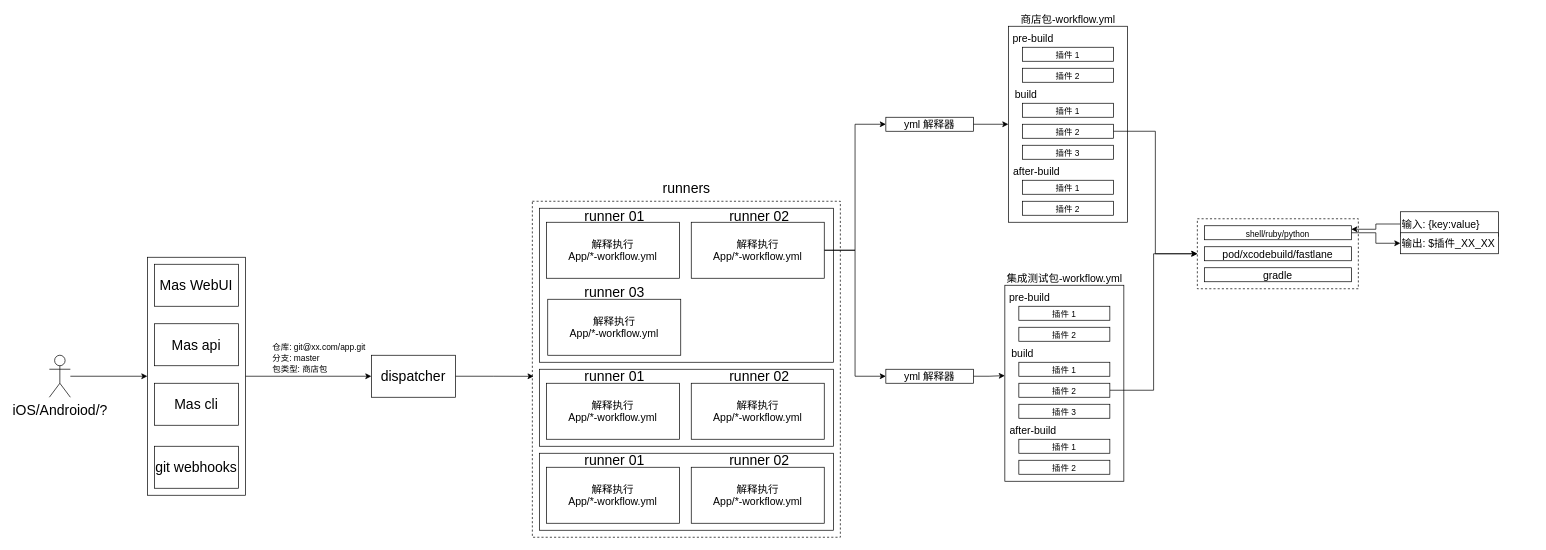
The draw.io diagram page "Page-4" (4 of 4) of Untitled Diagram.drawio in chutaiyangxiayutian/mlanes, before the edit. Source tidied: cells renumbered, new cells numbered last; positions are measured from the earlier drawing's top-left corner, leaving out a move shared by most shapes. Both pictures are drawn from the tidied source at 70%, with x=0, y=0 at pixel (49, 12).
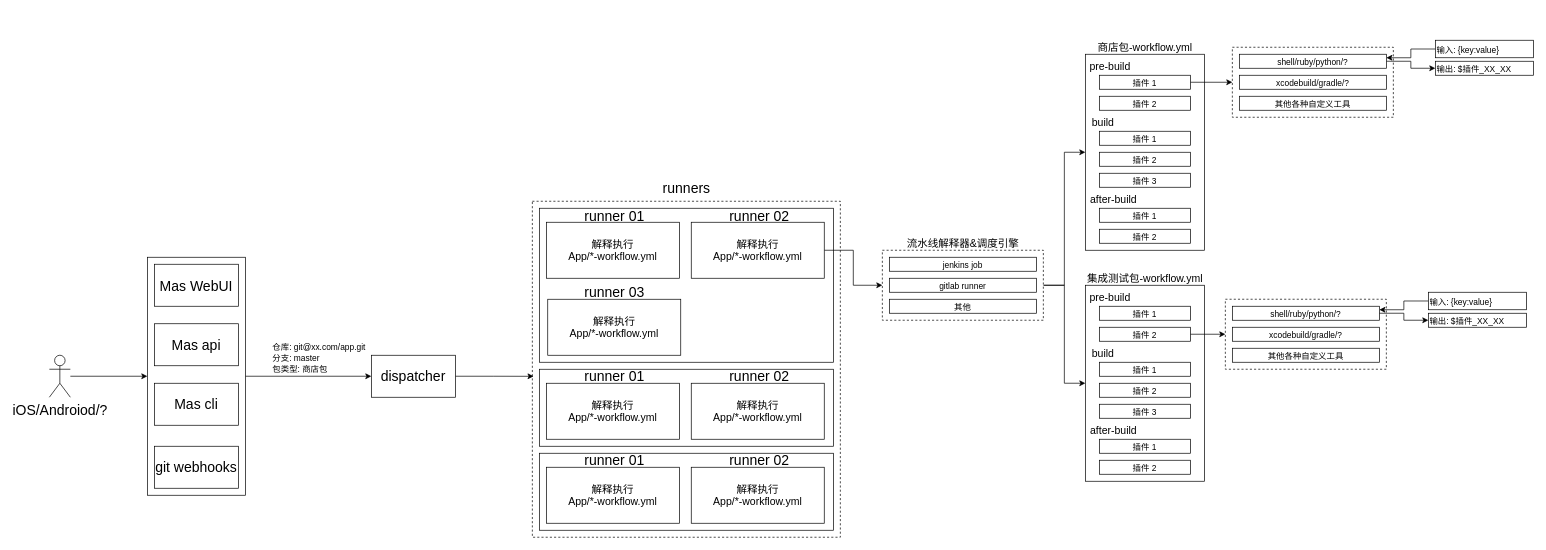
The same diagram, later.

The change refers to these unchanged cells:
```xml
<mxCell id="52" value="&lt;font style=&quot;font-size: 15px&quot;&gt;解释执行 &lt;br&gt;App/*-workflow.yml&lt;/font&gt;" style="rounded=0;whiteSpace=wrap;html=1;fontSize=12;align=center;" parent="1" vertex="1">
  <mxGeometry x="917" y="300" width="190" height="80" as="geometry" />
</mxCell>
```

Change to the diagram source:
```diff
@@
     <mxCell id="6" style="rounded=0;whiteSpace=wrap;html=1;fontSize=20;align=center;dashed=1;" parent="1" vertex="1">
-      <mxGeometry x="1640" y="295" width="230" height="100" as="geometry" />
+      <mxGeometry x="1690" y="50" width="230" height="100" as="geometry" />
     </mxCell>
@@
     <mxCell id="20" style="rounded=0;whiteSpace=wrap;html=1;fontSize=20;align=center;" parent="1" vertex="1">
-      <mxGeometry x="1370" y="20" width="170" height="280" as="geometry" />
+      <mxGeometry x="1480" y="60" width="170" height="280" as="geometry" />
     </mxCell>
     <mxCell id="21" value="&lt;font style=&quot;font-size: 15px&quot;&gt;pre-build&lt;/font&gt;" style="text;html=1;align=center;verticalAlign=middle;strokeColor=none;fillColor=none;fontSize=20;" parent="1" vertex="1">
-      <mxGeometry x="1370" y="20" width="70" height="30" as="geometry" />
+      <mxGeometry x="1480" y="60" width="70" height="30" as="geometry" />
     </mxCell>
+    <mxCell id="72" style="edgeStyle=orthogonalEdgeStyle;rounded=0;jettySize=auto;html=1;entryX=0;entryY=0.5;entryDx=0;entryDy=0;fontSize=12;" parent="1" edge="1" source="22" target="6">
+      <mxGeometry relative="1" as="geometry" />
+    </mxCell>
     <mxCell id="22" value="&lt;font style=&quot;font-size: 12px&quot;&gt;插件 1&lt;/font&gt;" style="rounded=0;whiteSpace=wrap;html=1;fontSize=15;align=center;" parent="1" vertex="1">
-      <mxGeometry x="1390" y="50" width="130" height="20" as="geometry" />
+      <mxGeometry x="1500" y="90" width="130" height="20" as="geometry" />
     </mxCell>
     <mxCell id="23" value="&lt;font style=&quot;font-size: 12px&quot;&gt;插件 2&lt;/font&gt;" style="rounded=0;whiteSpace=wrap;html=1;fontSize=15;align=center;" parent="1" vertex="1">
-      <mxGeometry x="1390" y="80" width="130" height="20" as="geometry" />
+      <mxGeometry x="1500" y="120" width="130" height="20" as="geometry" />
     </mxCell>
     <mxCell id="24" value="&lt;font style=&quot;font-size: 15px&quot;&gt;build&lt;/font&gt;" style="text;html=1;align=center;verticalAlign=middle;strokeColor=none;fillColor=none;fontSize=20;" parent="1" vertex="1">
-      <mxGeometry x="1370" y="100" width="50" height="30" as="geometry" />
+      <mxGeometry x="1480" y="140" width="50" height="30" as="geometry" />
     </mxCell>
     <mxCell id="25" value="&lt;font style=&quot;font-size: 12px&quot;&gt;插件 1&lt;/font&gt;" style="rounded=0;whiteSpace=wrap;html=1;fontSize=15;align=center;" parent="1" vertex="1">
-      <mxGeometry x="1390" y="130" width="130" height="20" as="geometry" />
+      <mxGeometry x="1500" y="170" width="130" height="20" as="geometry" />
     </mxCell>
-    <mxCell id="26" style="edgeStyle=orthogonalEdgeStyle;rounded=0;jettySize=auto;html=1;entryX=0;entryY=0.5;entryDx=0;entryDy=0;fontSize=15;" parent="1" edge="1" source="27" target="6">
-      <mxGeometry relative="1" as="geometry" />
-    </mxCell>
     <mxCell id="27" value="&lt;font style=&quot;font-size: 12px&quot;&gt;插件 2&lt;/font&gt;" style="rounded=0;whiteSpace=wrap;html=1;fontSize=15;align=center;" parent="1" vertex="1">
-      <mxGeometry x="1390" y="160" width="130" height="20" as="geometry" />
+      <mxGeometry x="1500" y="200" width="130" height="20" as="geometry" />
     </mxCell>
     <mxCell id="28" value="&lt;font style=&quot;font-size: 12px&quot;&gt;插件 3&lt;/font&gt;" style="rounded=0;whiteSpace=wrap;html=1;fontSize=15;align=center;" parent="1" vertex="1">
-      <mxGeometry x="1390" y="190" width="130" height="20" as="geometry" />
+      <mxGeometry x="1500" y="230" width="130" height="20" as="geometry" />
     </mxCell>
     <mxCell id="29" value="&lt;font style=&quot;font-size: 15px&quot;&gt;after-build&lt;/font&gt;" style="text;html=1;align=center;verticalAlign=middle;strokeColor=none;fillColor=none;fontSize=20;" parent="1" vertex="1">
-      <mxGeometry x="1370" y="210" width="80" height="30" as="geometry" />
+      <mxGeometry x="1480" y="250" width="80" height="30" as="geometry" />
     </mxCell>
     <mxCell id="30" value="&lt;font style=&quot;font-size: 12px&quot;&gt;插件 1&lt;/font&gt;" style="rounded=0;whiteSpace=wrap;html=1;fontSize=15;align=center;" parent="1" vertex="1">
-      <mxGeometry x="1390" y="240" width="130" height="20" as="geometry" />
+      <mxGeometry x="1500" y="280" width="130" height="20" as="geometry" />
     </mxCell>
     <mxCell id="31" value="&lt;font style=&quot;font-size: 12px&quot;&gt;插件 2&lt;/font&gt;" style="rounded=0;whiteSpace=wrap;html=1;fontSize=15;align=center;" parent="1" vertex="1">
-      <mxGeometry x="1390" y="270" width="130" height="20" as="geometry" />
+      <mxGeometry x="1500" y="310" width="130" height="20" as="geometry" />
     </mxCell>
     <mxCell id="32" value="&lt;font style=&quot;font-size: 15px&quot;&gt;商店包-workflow.yml&lt;/font&gt;" style="text;html=1;align=center;verticalAlign=middle;strokeColor=none;fillColor=none;fontSize=12;" parent="1" vertex="1">
-      <mxGeometry x="1380" width="150" height="20" as="geometry" />
+      <mxGeometry x="1490" y="40" width="150" height="20" as="geometry" />
     </mxCell>
@@
-    <mxCell id="34" value="&lt;font style=&quot;font-size: 12px&quot;&gt;shell/&lt;/font&gt;&lt;span style=&quot;font-size: 12px&quot;&gt;ruby/python&lt;/span&gt;" style="rounded=0;whiteSpace=wrap;html=1;fontSize=15;align=center;" parent="1" vertex="1">
-      <mxGeometry x="1650" y="305" width="210" height="20" as="geometry" />
+    <mxCell id="34" value="&lt;font style=&quot;font-size: 12px&quot;&gt;shell/&lt;/font&gt;&lt;span style=&quot;font-size: 12px&quot;&gt;ruby/python/?&lt;/span&gt;" style="rounded=0;whiteSpace=wrap;html=1;fontSize=15;align=center;" parent="1" vertex="1">
+      <mxGeometry x="1700" y="60" width="210" height="20" as="geometry" />
     </mxCell>
-    <mxCell id="35" value="pod/xcodebuild/fastlane" style="rounded=0;whiteSpace=wrap;html=1;fontSize=15;align=center;" parent="1" vertex="1">
-      <mxGeometry x="1650" y="335" width="210" height="20" as="geometry" />
+    <mxCell id="35" value="&lt;span&gt;&lt;font style=&quot;font-size: 12px&quot;&gt;xcodebuild/gradle/?&lt;/font&gt;&lt;/span&gt;" style="rounded=0;whiteSpace=wrap;html=1;fontSize=15;align=center;" parent="1" vertex="1">
+      <mxGeometry x="1700" y="90" width="210" height="20" as="geometry" />
     </mxCell>
-    <mxCell id="36" value="gradle" style="rounded=0;whiteSpace=wrap;html=1;fontSize=15;align=center;" parent="1" vertex="1">
-      <mxGeometry x="1650" y="365" width="210" height="20" as="geometry" />
+    <mxCell id="36" value="&lt;font style=&quot;font-size: 12px&quot;&gt;其他各种自定义工具&lt;/font&gt;" style="rounded=0;whiteSpace=wrap;html=1;fontSize=15;align=center;" parent="1" vertex="1">
+      <mxGeometry x="1700" y="120" width="210" height="20" as="geometry" />
     </mxCell>
     <mxCell id="37" style="rounded=0;whiteSpace=wrap;html=1;fontSize=20;align=center;" parent="1" vertex="1">
-      <mxGeometry x="1365" y="390" width="170" height="280" as="geometry" />
+      <mxGeometry x="1480" y="390" width="170" height="280" as="geometry" />
     </mxCell>
     <mxCell id="38" value="&lt;font style=&quot;font-size: 15px&quot;&gt;pre-build&lt;/font&gt;" style="text;html=1;align=center;verticalAlign=middle;strokeColor=none;fillColor=none;fontSize=20;" parent="1" vertex="1">
-      <mxGeometry x="1365" y="390" width="70" height="30" as="geometry" />
+      <mxGeometry x="1480" y="390" width="70" height="30" as="geometry" />
     </mxCell>
     <mxCell id="39" value="&lt;font style=&quot;font-size: 12px&quot;&gt;插件 1&lt;/font&gt;" style="rounded=0;whiteSpace=wrap;html=1;fontSize=15;align=center;" parent="1" vertex="1">
-      <mxGeometry x="1385" y="420" width="130" height="20" as="geometry" />
+      <mxGeometry x="1500" y="420" width="130" height="20" as="geometry" />
     </mxCell>
+    <mxCell id="73" style="edgeStyle=orthogonalEdgeStyle;rounded=0;jettySize=auto;html=1;fontSize=12;" parent="1" edge="1" source="40" target="82">
+      <mxGeometry relative="1" as="geometry" />
+    </mxCell>
     <mxCell id="40" value="&lt;font style=&quot;font-size: 12px&quot;&gt;插件 2&lt;/font&gt;" style="rounded=0;whiteSpace=wrap;html=1;fontSize=15;align=center;" parent="1" vertex="1">
-      <mxGeometry x="1385" y="450" width="130" height="20" as="geometry" />
+      <mxGeometry x="1500" y="450" width="130" height="20" as="geometry" />
     </mxCell>
     <mxCell id="41" value="&lt;font style=&quot;font-size: 15px&quot;&gt;build&lt;/font&gt;" style="text;html=1;align=center;verticalAlign=middle;strokeColor=none;fillColor=none;fontSize=20;" parent="1" vertex="1">
-      <mxGeometry x="1365" y="470" width="50" height="30" as="geometry" />
+      <mxGeometry x="1480" y="470" width="50" height="30" as="geometry" />
     </mxCell>
     <mxCell id="42" value="&lt;font style=&quot;font-size: 12px&quot;&gt;插件 1&lt;/font&gt;" style="rounded=0;whiteSpace=wrap;html=1;fontSize=15;align=center;" parent="1" vertex="1">
-      <mxGeometry x="1385" y="500" width="130" height="20" as="geometry" />
+      <mxGeometry x="1500" y="500" width="130" height="20" as="geometry" />
     </mxCell>
-    <mxCell id="43" style="edgeStyle=orthogonalEdgeStyle;rounded=0;jettySize=auto;html=1;entryX=0;entryY=0.5;entryDx=0;entryDy=0;fontSize=15;" parent="1" edge="1" source="44" target="6">
-      <mxGeometry relative="1" as="geometry" />
-    </mxCell>
     <mxCell id="44" value="&lt;font style=&quot;font-size: 12px&quot;&gt;插件 2&lt;/font&gt;" style="rounded=0;whiteSpace=wrap;html=1;fontSize=15;align=center;" parent="1" vertex="1">
-      <mxGeometry x="1385" y="530" width="130" height="20" as="geometry" />
+      <mxGeometry x="1500" y="530" width="130" height="20" as="geometry" />
     </mxCell>
     <mxCell id="45" value="&lt;font style=&quot;font-size: 12px&quot;&gt;插件 3&lt;/font&gt;" style="rounded=0;whiteSpace=wrap;html=1;fontSize=15;align=center;" parent="1" vertex="1">
-      <mxGeometry x="1385" y="560" width="130" height="20" as="geometry" />
+      <mxGeometry x="1500" y="560" width="130" height="20" as="geometry" />
     </mxCell>
     <mxCell id="46" value="&lt;font style=&quot;font-size: 15px&quot;&gt;after-build&lt;/font&gt;" style="text;html=1;align=center;verticalAlign=middle;strokeColor=none;fillColor=none;fontSize=20;" parent="1" vertex="1">
-      <mxGeometry x="1365" y="580" width="80" height="30" as="geometry" />
+      <mxGeometry x="1480" y="580" width="80" height="30" as="geometry" />
     </mxCell>
     <mxCell id="47" value="&lt;font style=&quot;font-size: 12px&quot;&gt;插件 1&lt;/font&gt;" style="rounded=0;whiteSpace=wrap;html=1;fontSize=15;align=center;" parent="1" vertex="1">
-      <mxGeometry x="1385" y="610" width="130" height="20" as="geometry" />
+      <mxGeometry x="1500" y="610" width="130" height="20" as="geometry" />
     </mxCell>
     <mxCell id="48" value="&lt;font style=&quot;font-size: 12px&quot;&gt;插件 2&lt;/font&gt;" style="rounded=0;whiteSpace=wrap;html=1;fontSize=15;align=center;" parent="1" vertex="1">
-      <mxGeometry x="1385" y="640" width="130" height="20" as="geometry" />
+      <mxGeometry x="1500" y="640" width="130" height="20" as="geometry" />
     </mxCell>
     <mxCell id="49" value="&lt;font style=&quot;font-size: 15px&quot;&gt;集成测试包-workflow.yml&lt;/font&gt;" style="text;html=1;align=center;verticalAlign=middle;strokeColor=none;fillColor=none;fontSize=12;" parent="1" vertex="1">
-      <mxGeometry x="1360" y="370" width="180" height="20" as="geometry" />
+      <mxGeometry x="1475" y="370" width="180" height="20" as="geometry" />
     </mxCell>
-    <mxCell id="50" style="edgeStyle=orthogonalEdgeStyle;rounded=0;jettySize=auto;html=1;entryX=0;entryY=0.5;entryDx=0;entryDy=0;fontSize=15;" parent="1" edge="1" source="52" target="69">
-      <mxGeometry relative="1" as="geometry" />
-    </mxCell>
-    <mxCell id="51" style="edgeStyle=orthogonalEdgeStyle;rounded=0;jettySize=auto;html=1;entryX=0;entryY=0.5;entryDx=0;entryDy=0;fontSize=15;" parent="1" edge="1" source="52" target="71">
-      <mxGeometry relative="1" as="geometry" />
-    </mxCell>
+    <mxCell id="74" style="edgeStyle=orthogonalEdgeStyle;rounded=0;jettySize=auto;html=1;entryX=0;entryY=0.5;entryDx=0;entryDy=0;fontSize=15;" parent="1" edge="1" source="52" target="77">
+      <mxGeometry relative="1" as="geometry" />
+    </mxCell>
@@
-    <mxCell id="55" value="输入: {key:value}" style="rounded=0;whiteSpace=wrap;html=1;fontSize=15;align=left;" parent="1" vertex="1">
-      <mxGeometry x="1930" y="285" width="140" height="35" as="geometry" />
+    <mxCell id="55" value="&lt;font style=&quot;font-size: 12px&quot;&gt;输入: {key:value}&lt;/font&gt;" style="rounded=0;whiteSpace=wrap;html=1;fontSize=15;align=left;" parent="1" vertex="1">
+      <mxGeometry x="1980" y="40" width="140" height="25" as="geometry" />
     </mxCell>
-    <mxCell id="56" value="输出: $插件_XX_XX" style="rounded=0;whiteSpace=wrap;html=1;fontSize=15;align=left;" parent="1" vertex="1">
-      <mxGeometry x="1930" y="315" width="140" height="30" as="geometry" />
+    <mxCell id="56" value="&lt;font style=&quot;font-size: 12px&quot;&gt;输出: $插件_XX_XX&lt;/font&gt;" style="rounded=0;whiteSpace=wrap;html=1;fontSize=15;align=left;" parent="1" vertex="1">
+      <mxGeometry x="1980" y="70" width="140" height="20" as="geometry" />
     </mxCell>
@@
-    <mxCell id="68" style="edgeStyle=orthogonalEdgeStyle;rounded=0;jettySize=auto;html=1;entryX=0;entryY=0.5;entryDx=0;entryDy=0;fontSize=15;" parent="1" edge="1" source="69" target="20">
-      <mxGeometry relative="1" as="geometry" />
-    </mxCell>
-    <mxCell id="69" value="yml 解释器" style="rounded=0;whiteSpace=wrap;html=1;fontSize=15;align=center;" parent="1" vertex="1">
-      <mxGeometry x="1195" y="150" width="125" height="20" as="geometry" />
-    </mxCell>
-    <mxCell id="70" style="edgeStyle=orthogonalEdgeStyle;rounded=0;jettySize=auto;html=1;entryX=0;entryY=0.461;entryDx=0;entryDy=0;entryPerimeter=0;fontSize=15;" parent="1" edge="1" source="71" target="37">
-      <mxGeometry relative="1" as="geometry" />
-    </mxCell>
-    <mxCell id="71" value="yml 解释器" style="rounded=0;whiteSpace=wrap;html=1;fontSize=15;align=center;" parent="1" vertex="1">
-      <mxGeometry x="1195" y="510" width="125" height="20" as="geometry" />
-    </mxCell>
+    <mxCell id="75" style="edgeStyle=orthogonalEdgeStyle;rounded=0;jettySize=auto;html=1;entryX=0;entryY=0.5;entryDx=0;entryDy=0;fontSize=15;" parent="1" edge="1" source="77" target="20">
+      <mxGeometry relative="1" as="geometry" />
+    </mxCell>
+    <mxCell id="76" style="edgeStyle=orthogonalEdgeStyle;rounded=0;jettySize=auto;html=1;entryX=0;entryY=0.5;entryDx=0;entryDy=0;fontSize=12;" parent="1" edge="1" source="77" target="37">
+      <mxGeometry relative="1" as="geometry" />
+    </mxCell>
+    <mxCell id="77" style="rounded=0;whiteSpace=wrap;html=1;fontSize=20;align=center;dashed=1;" parent="1" vertex="1">
+      <mxGeometry x="1190" y="340" width="230" height="100" as="geometry" />
+    </mxCell>
+    <mxCell id="78" value="&lt;span style=&quot;font-size: 12px&quot;&gt;jenkins job&lt;/span&gt;" style="rounded=0;whiteSpace=wrap;html=1;fontSize=15;align=center;" parent="1" vertex="1">
+      <mxGeometry x="1200" y="350" width="210" height="20" as="geometry" />
+    </mxCell>
+    <mxCell id="79" value="&lt;font style=&quot;font-size: 12px&quot;&gt;gitlab runner&lt;/font&gt;" style="rounded=0;whiteSpace=wrap;html=1;fontSize=15;align=center;" parent="1" vertex="1">
+      <mxGeometry x="1200" y="380" width="210" height="20" as="geometry" />
+    </mxCell>
+    <mxCell id="80" value="&lt;font style=&quot;font-size: 12px&quot;&gt;其他&lt;/font&gt;" style="rounded=0;whiteSpace=wrap;html=1;fontSize=15;align=center;" parent="1" vertex="1">
+      <mxGeometry x="1200" y="410" width="210" height="20" as="geometry" />
+    </mxCell>
+    <mxCell id="81" value="&lt;span&gt;&lt;font style=&quot;font-size: 15px&quot;&gt;流水线解释器&amp;amp;调度引擎&lt;/font&gt;&lt;/span&gt;" style="text;html=1;align=center;verticalAlign=middle;strokeColor=none;fillColor=none;fontSize=12;" parent="1" vertex="1">
+      <mxGeometry x="1215" y="320" width="180" height="20" as="geometry" />
+    </mxCell>
+    <mxCell id="82" style="rounded=0;whiteSpace=wrap;html=1;fontSize=20;align=center;dashed=1;" parent="1" vertex="1">
+      <mxGeometry x="1680" y="410" width="230" height="100" as="geometry" />
+    </mxCell>
+    <mxCell id="83" style="edgeStyle=orthogonalEdgeStyle;rounded=0;jettySize=auto;html=1;fontSize=15;" parent="1" edge="1" source="84" target="89">
+      <mxGeometry relative="1" as="geometry" />
+    </mxCell>
+    <mxCell id="84" value="&lt;font style=&quot;font-size: 12px&quot;&gt;shell/&lt;/font&gt;&lt;span style=&quot;font-size: 12px&quot;&gt;ruby/python/?&lt;/span&gt;" style="rounded=0;whiteSpace=wrap;html=1;fontSize=15;align=center;" parent="1" vertex="1">
+      <mxGeometry x="1690" y="420" width="210" height="20" as="geometry" />
+    </mxCell>
+    <mxCell id="85" value="&lt;span&gt;&lt;font style=&quot;font-size: 12px&quot;&gt;xcodebuild/gradle/?&lt;/font&gt;&lt;/span&gt;" style="rounded=0;whiteSpace=wrap;html=1;fontSize=15;align=center;" parent="1" vertex="1">
+      <mxGeometry x="1690" y="450" width="210" height="20" as="geometry" />
+    </mxCell>
+    <mxCell id="86" value="&lt;font style=&quot;font-size: 12px&quot;&gt;其他各种自定义工具&lt;/font&gt;" style="rounded=0;whiteSpace=wrap;html=1;fontSize=15;align=center;" parent="1" vertex="1">
+      <mxGeometry x="1690" y="480" width="210" height="20" as="geometry" />
+    </mxCell>
+    <mxCell id="87" style="edgeStyle=orthogonalEdgeStyle;rounded=0;jettySize=auto;html=1;entryX=1;entryY=0.25;entryDx=0;entryDy=0;fontSize=15;" parent="1" edge="1" source="88" target="84">
+      <mxGeometry relative="1" as="geometry" />
+    </mxCell>
+    <mxCell id="88" value="&lt;font style=&quot;font-size: 12px&quot;&gt;输入: {key:value}&lt;/font&gt;" style="rounded=0;whiteSpace=wrap;html=1;fontSize=15;align=left;" parent="1" vertex="1">
+      <mxGeometry x="1970" y="400" width="140" height="25" as="geometry" />
+    </mxCell>
+    <mxCell id="89" value="&lt;font style=&quot;font-size: 12px&quot;&gt;输出: $插件_XX_XX&lt;/font&gt;" style="rounded=0;whiteSpace=wrap;html=1;fontSize=15;align=left;" parent="1" vertex="1">
+      <mxGeometry x="1970" y="430" width="140" height="20" as="geometry" />
+    </mxCell>
```
